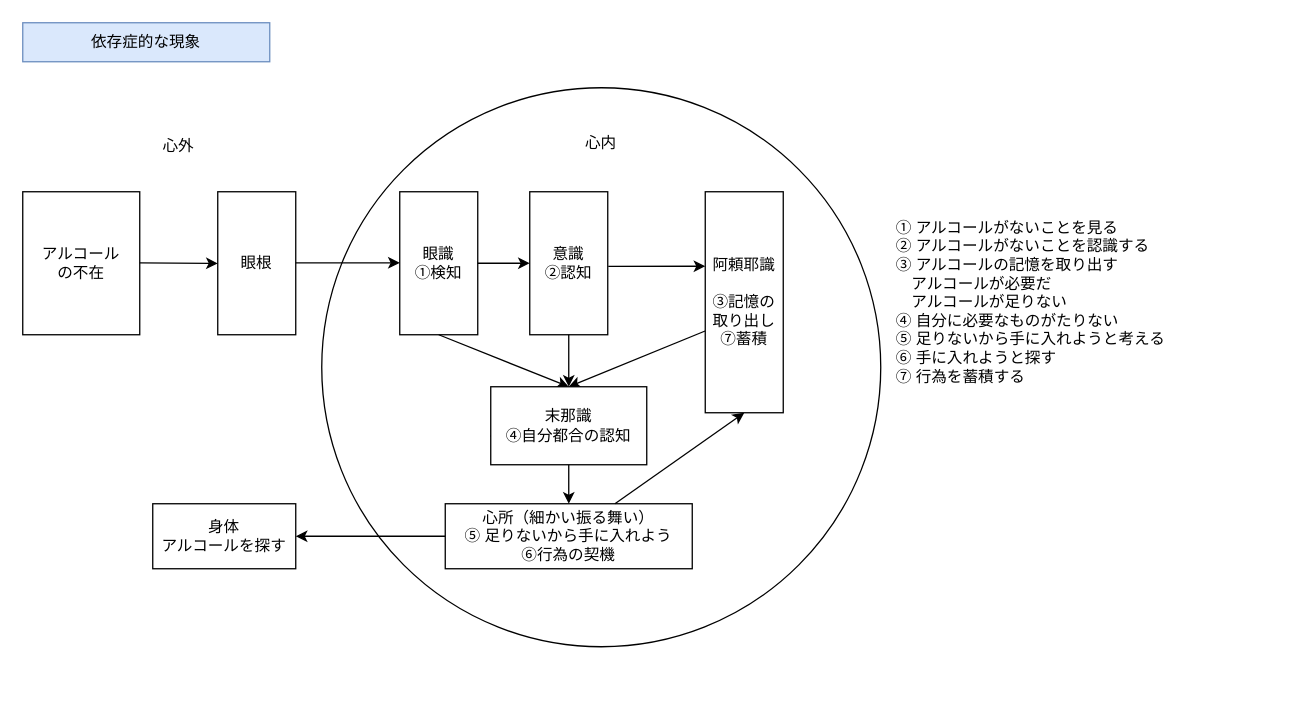
Before: yuishiki_work3.drawio in YossyIto/booklog_drowio, a draw.io diagram. Source tidied: cells renumbered, new cells numbered last; positions are measured from the earlier drawing's top-left corner, leaving out a move shared by most shapes. Both pictures are drawn from the tidied source at 130%, with x=0, y=0 at pixel (22, 22).
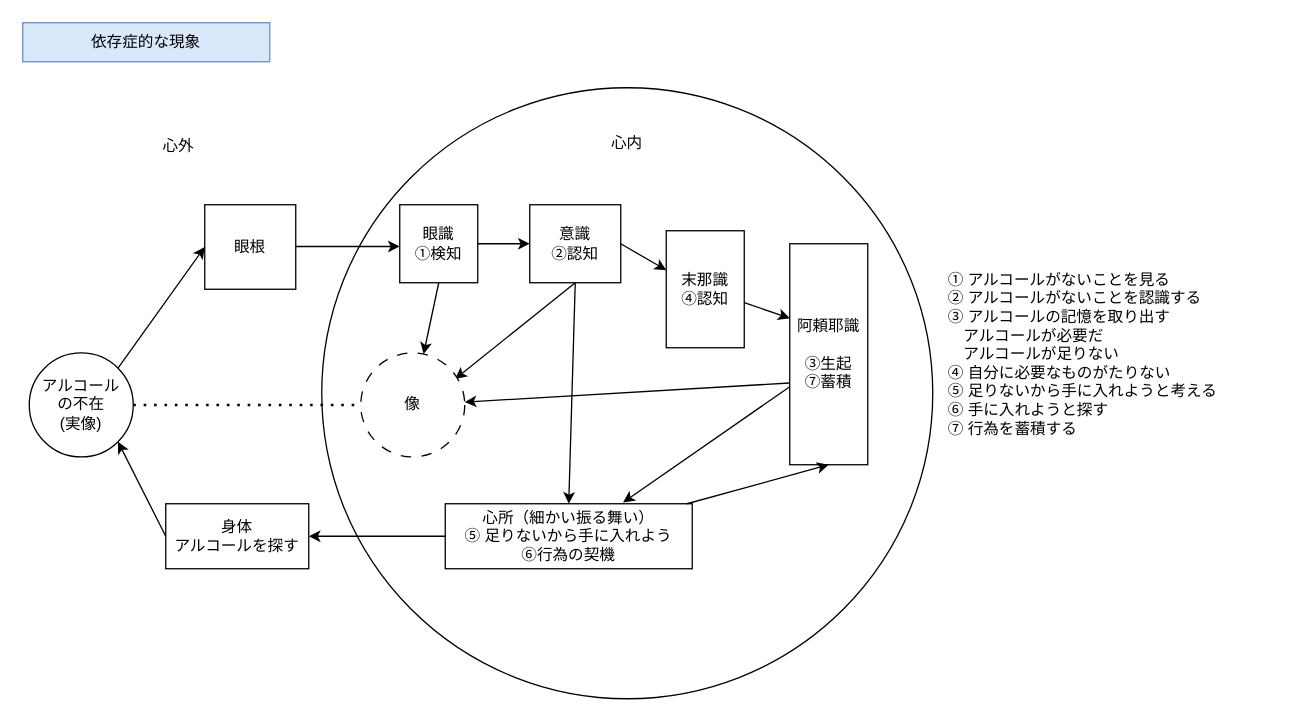
Above is the later version.

Commit message:
yuishiki_work3.drawio を更新します

Unchanged cells that the change refers to:
```xml
<mxCell id="13" value="心所（細かい振る舞い）&lt;div&gt;⑤ 足りないから手に入れよう&lt;/div&gt;&lt;div&gt;⑥行為の契機&lt;/div&gt;" style="rounded=0;whiteSpace=wrap;html=1;" parent="1" vertex="1">
  <mxGeometry x="325" y="370" width="190" height="50" as="geometry" />
</mxCell>
```

What changed in the source:
```diff
@@
     <mxCell id="3" value="&lt;div&gt;&lt;br&gt;&lt;/div&gt;&lt;div&gt;&lt;br&gt;&lt;/div&gt;心内" style="ellipse;whiteSpace=wrap;html=1;verticalAlign=top;" parent="1" vertex="1">
-      <mxGeometry x="230" y="50" width="430" height="430" as="geometry" />
+      <mxGeometry x="230" y="50" width="470" height="470" as="geometry" />
     </mxCell>
-    <mxCell id="4" value="阿頼耶識&lt;div&gt;&lt;br&gt;&lt;div&gt;③記憶の取り出し&lt;/div&gt;&lt;/div&gt;&lt;div&gt;⑦蓄積&lt;/div&gt;" style="rounded=0;whiteSpace=wrap;html=1;" parent="1" vertex="1">
-      <mxGeometry x="525" y="130" width="60" height="170" as="geometry" />
+    <mxCell id="4" value="阿頼耶識&lt;div&gt;&lt;br&gt;&lt;div&gt;③生起&lt;/div&gt;&lt;/div&gt;&lt;div&gt;⑦蓄積&lt;/div&gt;" style="rounded=0;whiteSpace=wrap;html=1;" parent="1" vertex="1">
+      <mxGeometry x="590" y="170" width="60" height="170" as="geometry" />
     </mxCell>
@@
     <mxCell id="6" value="眼識&lt;div&gt;①検知&lt;/div&gt;" style="rounded=0;whiteSpace=wrap;html=1;" parent="1" vertex="1">
-      <mxGeometry x="290" y="130" width="60" height="110" as="geometry" />
+      <mxGeometry x="290" y="140" width="60" height="60" as="geometry" />
     </mxCell>
-    <mxCell id="7" value="&lt;div&gt;アルコール&lt;/div&gt;&lt;div&gt;の不在&lt;/div&gt;" style="rounded=0;whiteSpace=wrap;html=1;" parent="1" vertex="1">
-      <mxGeometry y="130" width="90" height="110" as="geometry" />
-    </mxCell>
     <mxCell id="8" value="眼根" style="rounded=0;whiteSpace=wrap;html=1;" parent="1" vertex="1">
-      <mxGeometry x="150" y="130" width="60" height="110" as="geometry" />
+      <mxGeometry x="140" y="140" width="70" height="65" as="geometry" />
     </mxCell>
-    <mxCell id="9" style="endArrow=classic;html=1;rounded=0;" parent="1" edge="1">
-      <mxGeometry relative="1" as="geometry">
-        <mxPoint x="90" y="184.7" as="sourcePoint" />
-        <mxPoint x="150" y="185.1" as="targetPoint" />
-      </mxGeometry>
+    <mxCell id="9" style="endArrow=classic;html=1;rounded=0;exitX=1;exitY=0;exitDx=0;exitDy=0;entryX=0;entryY=0.5;entryDx=0;entryDy=0;" parent="1" edge="1" source="25" target="8">
+      <mxGeometry relative="1" as="geometry" />
     </mxCell>
     <mxCell id="10" style="endArrow=classic;html=1;rounded=0;entryX=0;entryY=0.588;entryDx=0;entryDy=0;entryPerimeter=0;" parent="1" edge="1">
       <mxGeometry relative="1" as="geometry">
-        <mxPoint x="210" y="184.7" as="sourcePoint" />
-        <mxPoint x="290" y="184.7" as="targetPoint" />
+        <mxPoint x="210" y="172.1" as="sourcePoint" />
+        <mxPoint x="290" y="172.1" as="targetPoint" />
       </mxGeometry>
     </mxCell>
-    <mxCell id="11" style="endArrow=classic;html=1;rounded=0;entryX=0.001;entryY=0.337;entryDx=0;entryDy=0;exitX=1;exitY=0.25;exitDx=0;exitDy=0;entryPerimeter=0;" parent="1" edge="1" target="4">
-      <mxGeometry relative="1" as="geometry">
-        <mxPoint x="450.4" y="187.4" as="sourcePoint" />
-      </mxGeometry>
+    <mxCell id="11" style="endArrow=classic;html=1;rounded=0;entryX=0.001;entryY=0.337;entryDx=0;entryDy=0;entryPerimeter=0;" parent="1" edge="1" source="21" target="4">
+      <mxGeometry relative="1" as="geometry" />
     </mxCell>
     <mxCell id="12" value="意識&lt;div&gt;➁認知&lt;/div&gt;" style="rounded=0;whiteSpace=wrap;html=1;" parent="1" vertex="1">
-      <mxGeometry x="390" y="130" width="60" height="110" as="geometry" />
+      <mxGeometry x="390" y="140" width="70" height="60" as="geometry" />
     </mxCell>
@@
-    <mxCell id="14" style="endArrow=classic;html=1;rounded=0;entryX=0.5;entryY=0;entryDx=0;entryDy=0;exitX=0.5;exitY=1;exitDx=0;exitDy=0;" parent="1" edge="1" source="6" target="21">
-      <mxGeometry relative="1" as="geometry" />
-    </mxCell>
-    <mxCell id="15" style="endArrow=classic;html=1;rounded=0;entryX=0;entryY=0.5;entryDx=0;entryDy=0;" parent="1" edge="1" target="12">
-      <mxGeometry relative="1" as="geometry">
-        <mxPoint x="350" y="185" as="sourcePoint" />
-      </mxGeometry>
+    <mxCell id="15" style="endArrow=classic;html=1;rounded=0;entryX=0;entryY=0.5;entryDx=0;entryDy=0;exitX=1;exitY=0.5;exitDx=0;exitDy=0;" parent="1" edge="1" source="6" target="12">
+      <mxGeometry relative="1" as="geometry" />
     </mxCell>
-    <mxCell id="16" style="endArrow=classic;html=1;rounded=0;exitX=-0.002;exitY=0.63;exitDx=0;exitDy=0;entryX=0.5;entryY=0;entryDx=0;entryDy=0;exitPerimeter=0;" parent="1" edge="1" source="21" target="13">
-      <mxGeometry relative="1" as="geometry">
-        <Array as="points">
-          <mxPoint x="420" y="340" />
-        </Array>
-      </mxGeometry>
-    </mxCell>
     <mxCell id="17" value="① アルコールがないことを見る&lt;div&gt;➁ アルコールがないことを認識する&lt;/div&gt;&lt;div&gt;&lt;span style=&quot;background-color: transparent; color: light-dark(rgb(0, 0, 0), rgb(255, 255, 255));&quot;&gt;③ アルコールの記憶を取り出す&lt;/span&gt;&lt;/div&gt;&lt;div&gt;　アルコールが必要だ&lt;/div&gt;&lt;div&gt;　アルコールが足りない&lt;/div&gt;&lt;div&gt;④&amp;nbsp;&lt;span style=&quot;background-color: transparent; color: light-dark(rgb(0, 0, 0), rgb(255, 255, 255));&quot;&gt;自分に必要なものがたりない&lt;/span&gt;&lt;/div&gt;&lt;div&gt;&lt;div&gt;⑤ 足りないから手に入れようと考える&lt;/div&gt;&lt;/div&gt;&lt;div&gt;&lt;span style=&quot;background-color: transparent; color: light-dark(rgb(0, 0, 0), rgb(255, 255, 255));&quot;&gt;⑥ 手に入れようと探す&lt;/span&gt;&lt;/div&gt;&lt;div&gt;&lt;span style=&quot;background-color: transparent; color: light-dark(rgb(0, 0, 0), rgb(255, 255, 255));&quot;&gt;⑦ 行為を蓄積する&lt;/span&gt;&lt;/div&gt;" style="text;html=1;align=left;verticalAlign=middle;whiteSpace=wrap;rounded=0;" parent="1" vertex="1">
-      <mxGeometry x="670" y="110" width="250" height="210" as="geometry" />
+      <mxGeometry x="710" y="150" width="250" height="210" as="geometry" />
     </mxCell>
-    <mxCell id="18" style="endArrow=classic;html=1;rounded=0;exitX=0.5;exitY=1;exitDx=0;exitDy=0;entryX=0.5;entryY=0;entryDx=0;entryDy=0;" parent="1" edge="1" source="12" target="21">
+    <mxCell id="18" style="endArrow=classic;html=1;rounded=0;entryX=0.908;entryY=0.25;entryDx=0;entryDy=0;exitX=0.5;exitY=1;exitDx=0;exitDy=0;entryPerimeter=0;" parent="1" edge="1" source="12" target="24">
       <mxGeometry relative="1" as="geometry" />
     </mxCell>
@@
-    <mxCell id="20" style="endArrow=classic;html=1;rounded=0;exitX=-0.002;exitY=0.63;exitDx=0;exitDy=0;entryX=0.5;entryY=0;entryDx=0;entryDy=0;exitPerimeter=0;" parent="1" edge="1" source="4" target="21">
+    <mxCell id="20" style="endArrow=classic;html=1;rounded=0;exitX=-0.002;exitY=0.63;exitDx=0;exitDy=0;exitPerimeter=0;" parent="1" edge="1" source="4" target="24">
       <mxGeometry relative="1" as="geometry" />
     </mxCell>
-    <mxCell id="21" value="末那識&lt;div&gt;④自分都合の認知&lt;/div&gt;" style="rounded=0;whiteSpace=wrap;html=1;" parent="1" vertex="1">
-      <mxGeometry x="360" y="280" width="120" height="60" as="geometry" />
-    </mxCell>
     <mxCell id="22" value="身体&lt;div&gt;アルコールを探す&lt;/div&gt;" style="rounded=0;whiteSpace=wrap;html=1;" parent="1" vertex="1">
-      <mxGeometry x="100" y="370" width="110" height="50" as="geometry" />
+      <mxGeometry x="110" y="370" width="110" height="50" as="geometry" />
     </mxCell>
@@
+    <mxCell id="24" value="像" style="ellipse;whiteSpace=wrap;html=1;dashed=1;dashPattern=8 8;" parent="1" vertex="1">
+      <mxGeometry x="260" y="254" width="80" height="80" as="geometry" />
+    </mxCell>
+    <mxCell id="25" value="アルコール&lt;div&gt;の不在&lt;/div&gt;&lt;div&gt;(実像)&lt;/div&gt;" style="ellipse;whiteSpace=wrap;html=1;" parent="1" vertex="1">
+      <mxGeometry x="5" y="254" width="80" height="80" as="geometry" />
+    </mxCell>
+    <mxCell id="26" style="endArrow=classic;html=1;rounded=0;exitX=0.5;exitY=1;exitDx=0;exitDy=0;" parent="1" edge="1" source="6" target="24">
+      <mxGeometry relative="1" as="geometry" />
+    </mxCell>
+    <mxCell id="27" style="endArrow=classic;html=1;rounded=0;entryX=0.001;entryY=0.337;entryDx=0;entryDy=0;exitX=1;exitY=0.5;exitDx=0;exitDy=0;entryPerimeter=0;" parent="1" edge="1" source="12" target="21">
+      <mxGeometry relative="1" as="geometry" />
+    </mxCell>
+    <mxCell id="21" value="末那識&lt;div&gt;④認知&lt;/div&gt;" style="rounded=0;whiteSpace=wrap;html=1;" parent="1" vertex="1">
+      <mxGeometry x="495" y="160" width="60" height="90" as="geometry" />
+    </mxCell>
+    <mxCell id="28" style="endArrow=classic;html=1;rounded=0;exitX=0.5;exitY=1;exitDx=0;exitDy=0;entryX=0.5;entryY=0;entryDx=0;entryDy=0;" parent="1" edge="1" source="12" target="13">
+      <mxGeometry relative="1" as="geometry" />
+    </mxCell>
+    <mxCell id="29" style="endArrow=none;dashed=1;html=1;dashPattern=1 3;strokeWidth=2;rounded=0;entryX=0;entryY=0.5;entryDx=0;entryDy=0;exitX=1;exitY=0.5;exitDx=0;exitDy=0;" parent="1" edge="1" source="25" target="24">
+      <mxGeometry relative="1" as="geometry" />
+    </mxCell>
+    <mxCell id="30" style="endArrow=classic;html=1;rounded=0;exitX=0;exitY=0.5;exitDx=0;exitDy=0;entryX=1;entryY=1;entryDx=0;entryDy=0;" parent="1" edge="1" source="22" target="25">
+      <mxGeometry relative="1" as="geometry" />
+    </mxCell>
+    <mxCell id="31" style="endArrow=classic;html=1;rounded=0;exitX=0;exitY=0.647;exitDx=0;exitDy=0;entryX=0.72;entryY=-0.02;entryDx=0;entryDy=0;exitPerimeter=0;entryPerimeter=0;" parent="1" edge="1" source="4" target="13">
+      <mxGeometry relative="1" as="geometry" />
+    </mxCell>
```
